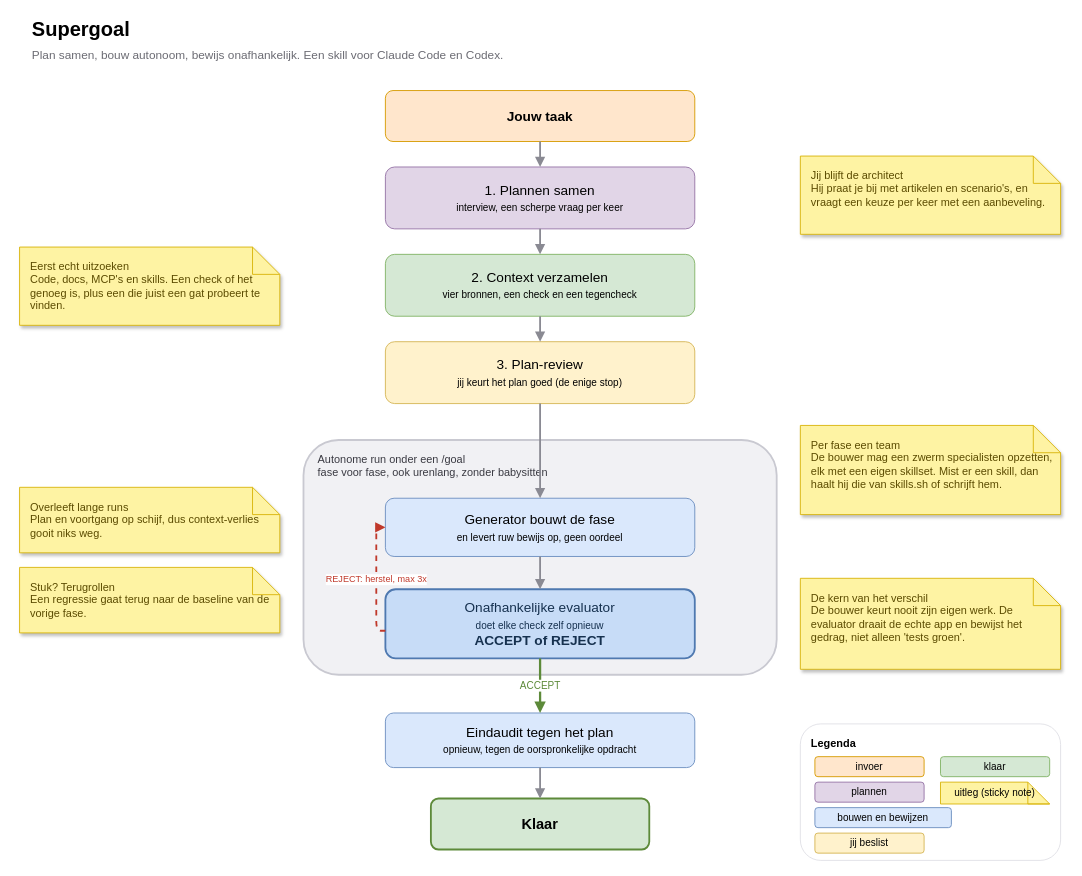
The draw.io diagram docs/architecture.drawio in robinbril/claude-supergoal, before the edit. Source tidied: cells renumbered, new cells numbered last; positions are measured from the earlier drawing's top-left corner, leaving out a move shared by most shapes. Both pictures are drawn from the tidied source at 91%, with x=0, y=0 at pixel (19, 15).
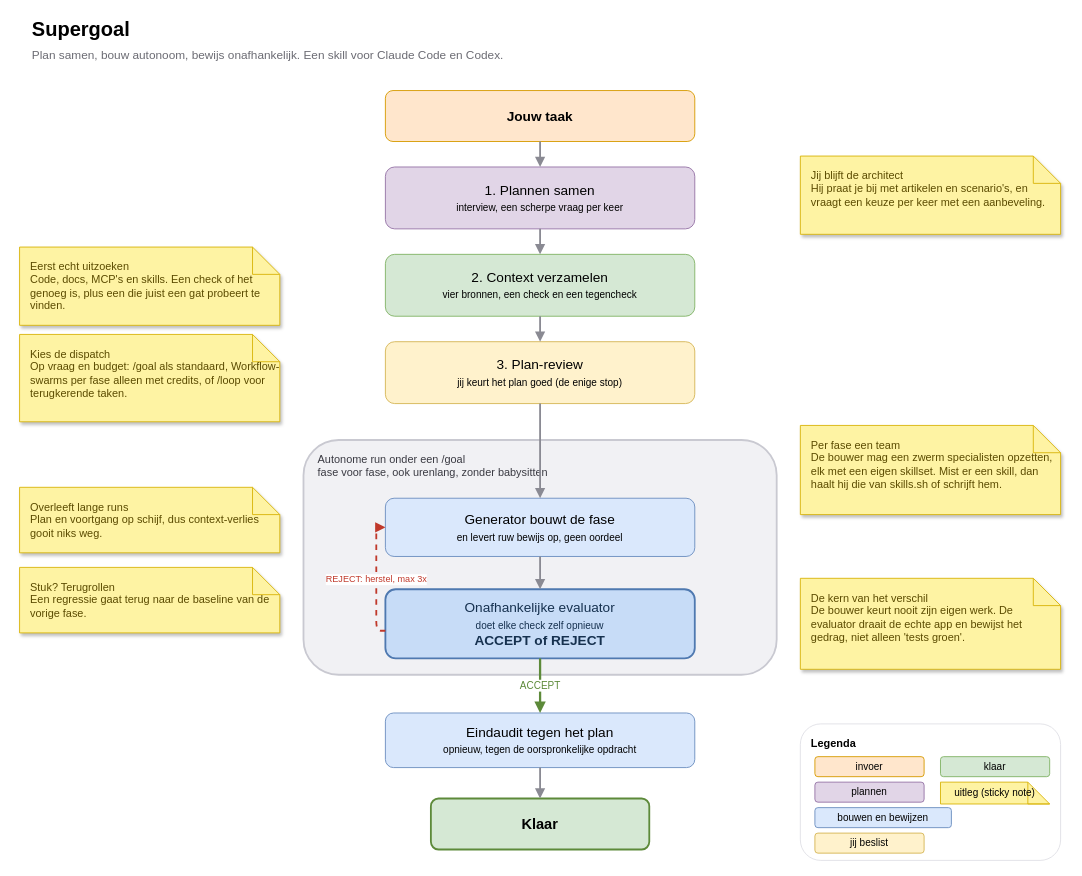
The same page after the edit.

Commit message (it also covers changes not shown here):
docs: show dispatch selector (goal / workflow / loop) in the architecture diagram

The edit, as a diff of the source:
```diff
@@
+    <mxCell id="34" value="Kies de dispatch&#10;Op vraag en budget: /goal als standaard, Workflow-swarms per fase alleen met credits, of /loop voor terugkerende taken." style="shape=note;whiteSpace=wrap;html=1;fillColor=#FEF3A3;strokeColor=#D9B40A;fontSize=12;align=left;verticalAlign=top;spacingLeft=10;spacingTop=8;shadow=1;fontColor=#5b4b00;" parent="1" vertex="1">
+      <mxGeometry y="350" width="286" height="96" as="geometry" />
+    </mxCell>
```
